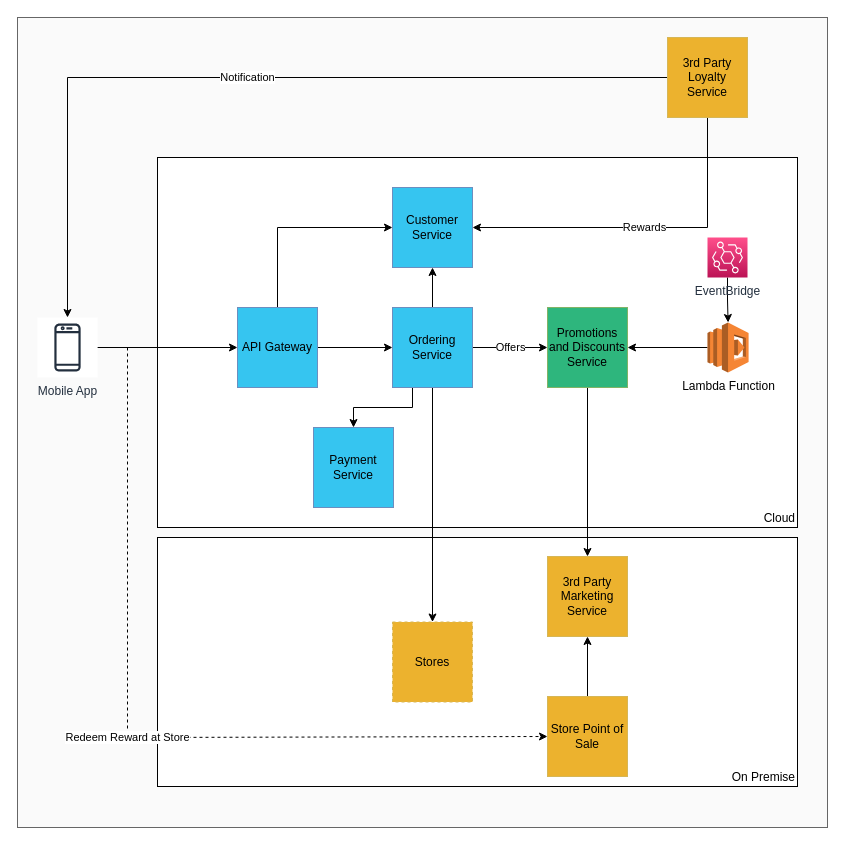
The draw.io diagram PromotionsDiscountsRewards.drawio in ApurvProjects/Diagrams, before the edit. Source tidied: cells renumbered, new cells numbered last; positions are measured from the earlier drawing's top-left corner, leaving out a move shared by most shapes. Both pictures are drawn from the tidied source at 100%, with x=0, y=0 at pixel (17, 17).
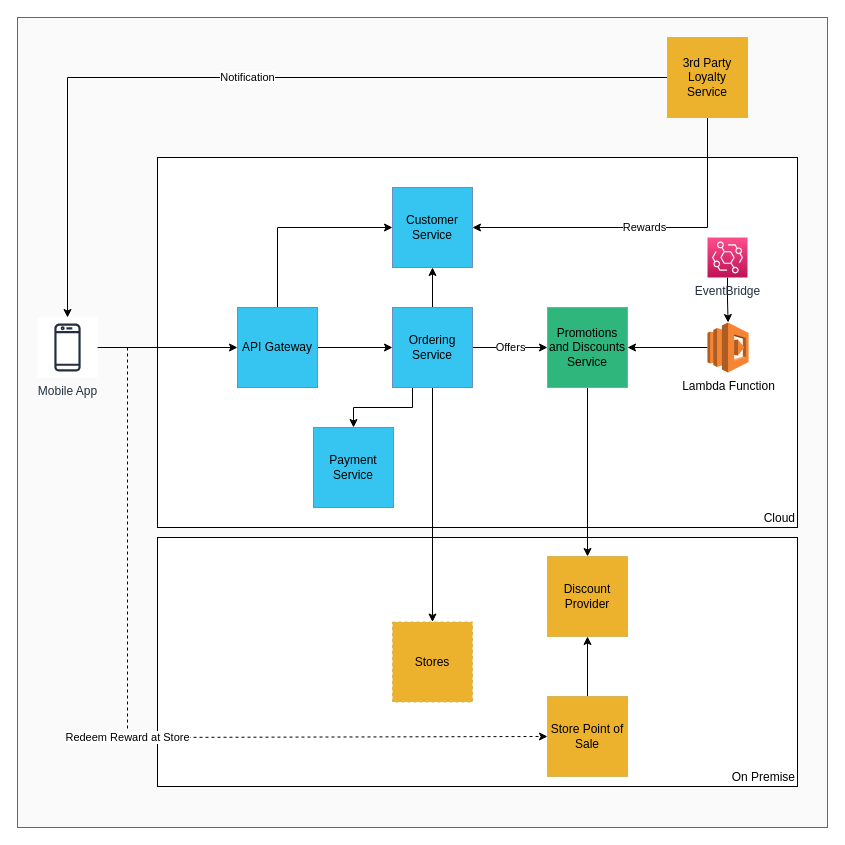
After the change.

Diff of the diagram source:
```diff
@@
-    <mxCell id="18" value="3rd Party Marketing Service" style="whiteSpace=wrap;html=1;fillColor=#ECB22E;strokeColor=#d6b656;" parent="1" vertex="1">
+    <mxCell id="18" value="Discount Provider" style="whiteSpace=wrap;html=1;fillColor=#ECB22E;strokeColor=#d6b656;" parent="1" vertex="1">
       <mxGeometry x="530" y="539" width="80" height="80" as="geometry" />
     </mxCell>
```
